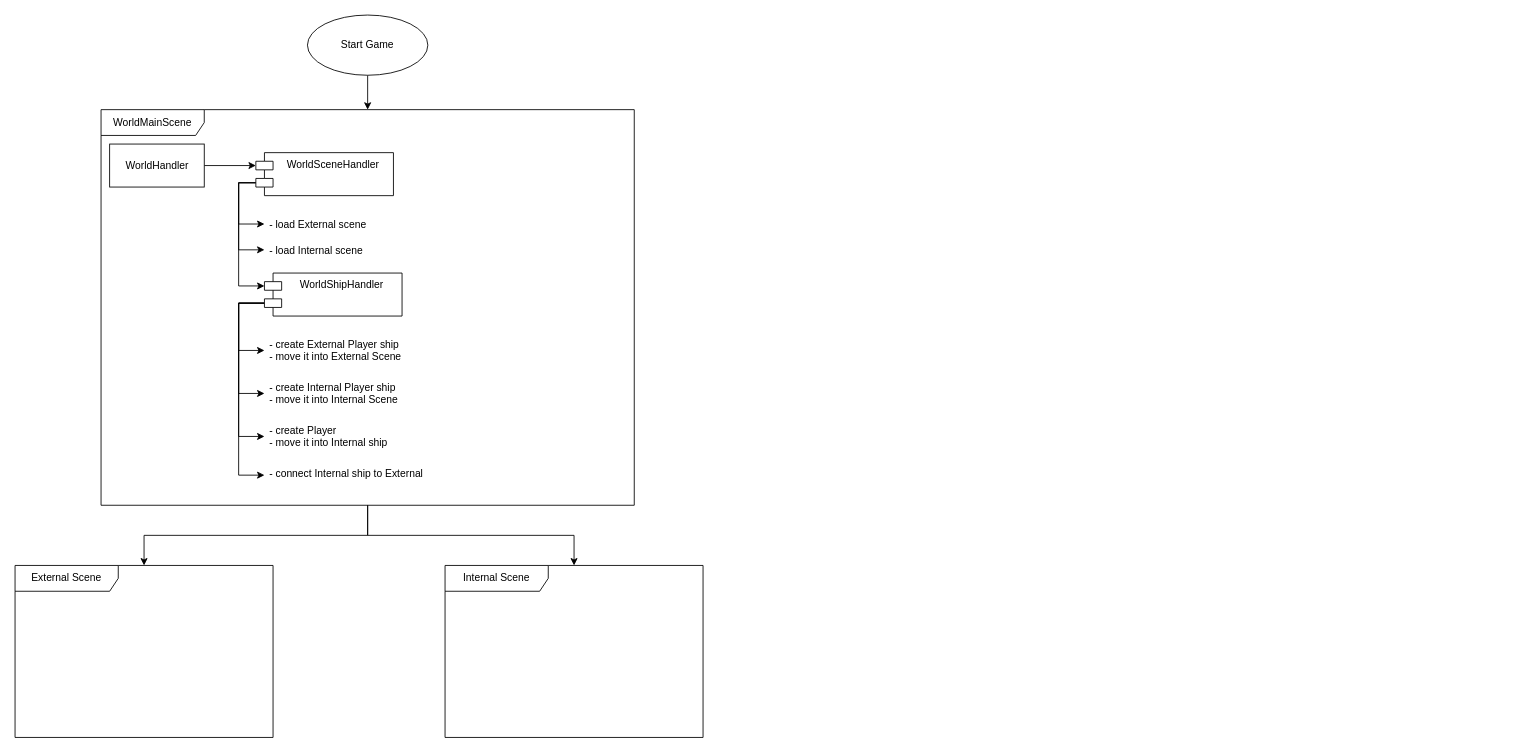
Earlier version of the draw.io diagram Diags/MainDiag.drawio (wHDorld/game_26_06_2022). Source tidied: cells renumbered, new cells numbered last; positions are measured from the earlier drawing's top-left corner, leaving out a move shared by most shapes. Both pictures are drawn from the tidied source at 86%, with x=0, y=0 at pixel (15, 15).
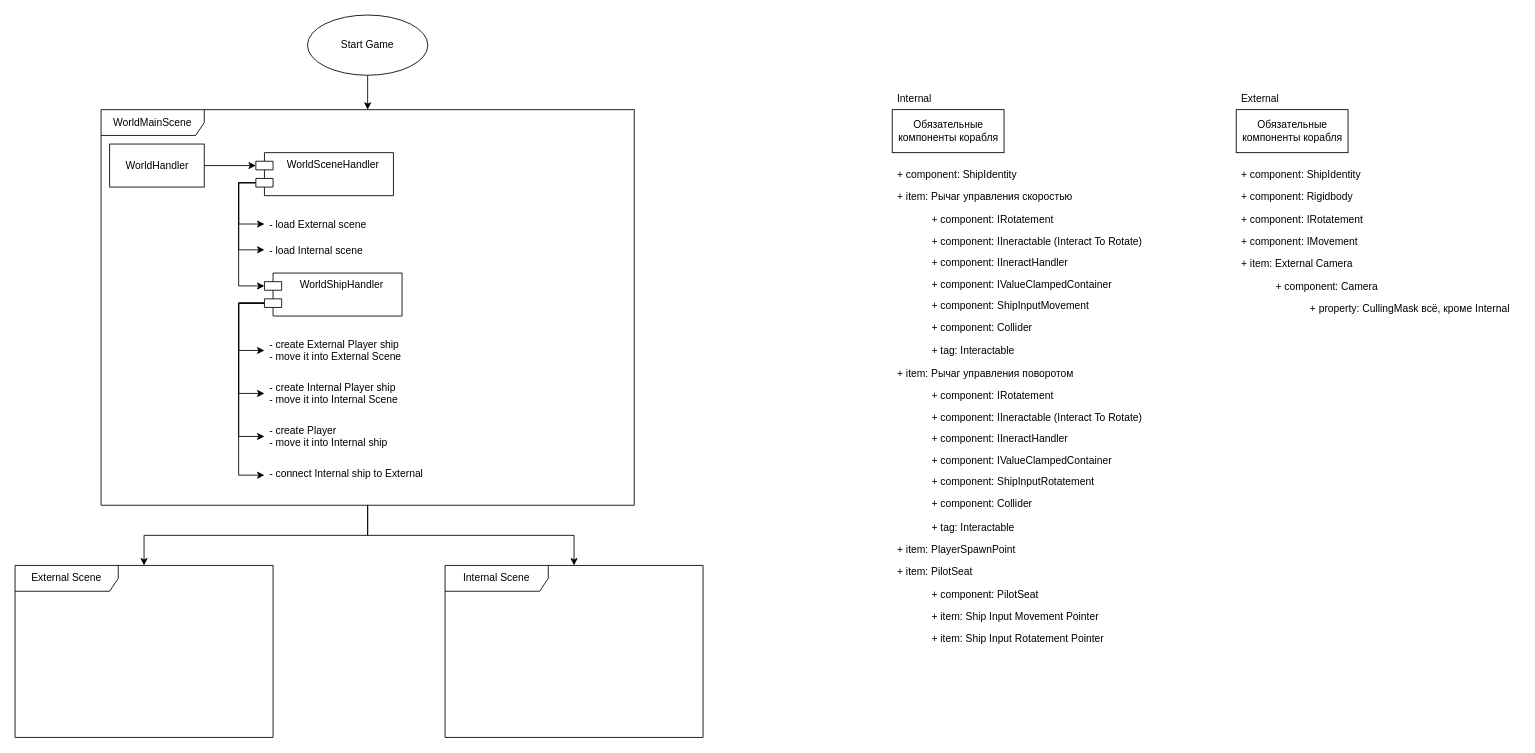
Above is the later version.

Change to the diagram source:
```diff
@@
+    <mxCell id="26" value="Обязательные&lt;br&gt;компоненты корабля" style="html=1;" parent="1" vertex="1">
+      <mxGeometry x="1020" y="110" width="130" height="50" as="geometry" />
+    </mxCell>
+    <mxCell id="27" value="+ component: ShipIdentity" style="text;strokeColor=none;fillColor=none;align=left;verticalAlign=top;spacingLeft=4;spacingRight=4;overflow=hidden;" parent="1" vertex="1">
+      <mxGeometry x="1020" y="172" width="180" height="26" as="geometry" />
+    </mxCell>
+    <mxCell id="28" value="+ item: Рычаг управления скоростью" style="text;strokeColor=none;fillColor=none;align=left;verticalAlign=top;spacingLeft=4;spacingRight=4;overflow=hidden;" parent="1" vertex="1">
+      <mxGeometry x="1020" y="198" width="220" height="26" as="geometry" />
+    </mxCell>
+    <mxCell id="29" value="+ component: IRotatement" style="text;strokeColor=none;fillColor=none;align=left;verticalAlign=top;spacingLeft=4;spacingRight=4;overflow=hidden;" parent="1" vertex="1">
+      <mxGeometry x="1060" y="224" width="250" height="26" as="geometry" />
+    </mxCell>
+    <mxCell id="30" value="+ component: IIneractable (Interact To Rotate)" style="text;strokeColor=none;fillColor=none;align=left;verticalAlign=top;spacingLeft=4;spacingRight=4;overflow=hidden;" parent="1" vertex="1">
+      <mxGeometry x="1060" y="250" width="260" height="26" as="geometry" />
+    </mxCell>
+    <mxCell id="31" value="+ component: IIneractHandler" style="text;strokeColor=none;fillColor=none;align=left;verticalAlign=top;spacingLeft=4;spacingRight=4;overflow=hidden;" parent="1" vertex="1">
+      <mxGeometry x="1060" y="274" width="220" height="26" as="geometry" />
+    </mxCell>
+    <mxCell id="32" value="+ component: IValueClampedContainer" style="text;strokeColor=none;fillColor=none;align=left;verticalAlign=top;spacingLeft=4;spacingRight=4;overflow=hidden;" parent="1" vertex="1">
+      <mxGeometry x="1060" y="300" width="250" height="26" as="geometry" />
+    </mxCell>
+    <mxCell id="33" value="+ component: ShipInputMovement" style="text;strokeColor=none;fillColor=none;align=left;verticalAlign=top;spacingLeft=4;spacingRight=4;overflow=hidden;" parent="1" vertex="1">
+      <mxGeometry x="1060" y="324" width="220" height="26" as="geometry" />
+    </mxCell>
+    <mxCell id="34" value="+ component: Collider" style="text;strokeColor=none;fillColor=none;align=left;verticalAlign=top;spacingLeft=4;spacingRight=4;overflow=hidden;" parent="1" vertex="1">
+      <mxGeometry x="1060" y="350" width="220" height="26" as="geometry" />
+    </mxCell>
+    <mxCell id="35" value="+ tag: Interactable" style="text;strokeColor=none;fillColor=none;align=left;verticalAlign=top;spacingLeft=4;spacingRight=4;overflow=hidden;" parent="1" vertex="1">
+      <mxGeometry x="1060" y="377" width="220" height="26" as="geometry" />
+    </mxCell>
+    <mxCell id="36" value="+ tag: Interactable" style="text;strokeColor=none;fillColor=none;align=left;verticalAlign=top;spacingLeft=4;spacingRight=4;overflow=hidden;" parent="1" vertex="1">
+      <mxGeometry x="1060" y="582" width="220" height="26" as="geometry" />
+    </mxCell>
+    <mxCell id="37" value="+ item: Рычаг управления поворотом" style="text;strokeColor=none;fillColor=none;align=left;verticalAlign=top;spacingLeft=4;spacingRight=4;overflow=hidden;" parent="1" vertex="1">
+      <mxGeometry x="1020" y="403" width="220" height="26" as="geometry" />
+    </mxCell>
+    <mxCell id="38" value="+ component: IRotatement" style="text;strokeColor=none;fillColor=none;align=left;verticalAlign=top;spacingLeft=4;spacingRight=4;overflow=hidden;" parent="1" vertex="1">
+      <mxGeometry x="1060" y="429" width="250" height="26" as="geometry" />
+    </mxCell>
+    <mxCell id="39" value="+ component: IIneractable (Interact To Rotate)" style="text;strokeColor=none;fillColor=none;align=left;verticalAlign=top;spacingLeft=4;spacingRight=4;overflow=hidden;" parent="1" vertex="1">
+      <mxGeometry x="1060" y="455" width="260" height="26" as="geometry" />
+    </mxCell>
+    <mxCell id="40" value="+ component: IIneractHandler" style="text;strokeColor=none;fillColor=none;align=left;verticalAlign=top;spacingLeft=4;spacingRight=4;overflow=hidden;" parent="1" vertex="1">
+      <mxGeometry x="1060" y="479" width="220" height="26" as="geometry" />
+    </mxCell>
+    <mxCell id="41" value="+ component: IValueClampedContainer" style="text;strokeColor=none;fillColor=none;align=left;verticalAlign=top;spacingLeft=4;spacingRight=4;overflow=hidden;" parent="1" vertex="1">
+      <mxGeometry x="1060" y="505" width="250" height="26" as="geometry" />
+    </mxCell>
+    <mxCell id="42" value="+ component: ShipInputRotatement" style="text;strokeColor=none;fillColor=none;align=left;verticalAlign=top;spacingLeft=4;spacingRight=4;overflow=hidden;" parent="1" vertex="1">
+      <mxGeometry x="1060" y="529" width="220" height="26" as="geometry" />
+    </mxCell>
+    <mxCell id="43" value="+ component: Collider" style="text;strokeColor=none;fillColor=none;align=left;verticalAlign=top;spacingLeft=4;spacingRight=4;overflow=hidden;" parent="1" vertex="1">
+      <mxGeometry x="1060" y="555" width="220" height="26" as="geometry" />
+    </mxCell>
+    <mxCell id="44" value="+ item: PlayerSpawnPoint" style="text;strokeColor=none;fillColor=none;align=left;verticalAlign=top;spacingLeft=4;spacingRight=4;overflow=hidden;" parent="1" vertex="1">
+      <mxGeometry x="1020" y="608" width="220" height="26" as="geometry" />
+    </mxCell>
+    <mxCell id="45" value="+ item: PilotSeat" style="text;strokeColor=none;fillColor=none;align=left;verticalAlign=top;spacingLeft=4;spacingRight=4;overflow=hidden;" parent="1" vertex="1">
+      <mxGeometry x="1020" y="634" width="220" height="26" as="geometry" />
+    </mxCell>
+    <mxCell id="46" value="+ component: PilotSeat" style="text;strokeColor=none;fillColor=none;align=left;verticalAlign=top;spacingLeft=4;spacingRight=4;overflow=hidden;" parent="1" vertex="1">
+      <mxGeometry x="1060" y="660" width="250" height="26" as="geometry" />
+    </mxCell>
+    <mxCell id="47" value="+ item: Ship Input Movement Pointer" style="text;strokeColor=none;fillColor=none;align=left;verticalAlign=top;spacingLeft=4;spacingRight=4;overflow=hidden;" parent="1" vertex="1">
+      <mxGeometry x="1060" y="686" width="220" height="26" as="geometry" />
+    </mxCell>
+    <mxCell id="48" value="+ item: Ship Input Rotatement Pointer" style="text;strokeColor=none;fillColor=none;align=left;verticalAlign=top;spacingLeft=4;spacingRight=4;overflow=hidden;" parent="1" vertex="1">
+      <mxGeometry x="1060" y="712" width="220" height="26" as="geometry" />
+    </mxCell>
+    <mxCell id="49" value="Internal" style="text;strokeColor=none;fillColor=none;align=left;verticalAlign=top;spacingLeft=4;spacingRight=4;overflow=hidden;" parent="1" vertex="1">
+      <mxGeometry x="1020" y="84" width="50" height="26" as="geometry" />
+    </mxCell>
+    <mxCell id="50" value="+ component: ShipIdentity" style="text;strokeColor=none;fillColor=none;align=left;verticalAlign=top;spacingLeft=4;spacingRight=4;overflow=hidden;" parent="1" vertex="1">
+      <mxGeometry x="1420" y="172" width="180" height="26" as="geometry" />
+    </mxCell>
+    <mxCell id="51" value="Обязательные&lt;br&gt;компоненты корабля" style="html=1;" parent="1" vertex="1">
+      <mxGeometry x="1420" y="110" width="130" height="50" as="geometry" />
+    </mxCell>
+    <mxCell id="52" value="External" style="text;strokeColor=none;fillColor=none;align=left;verticalAlign=top;spacingLeft=4;spacingRight=4;overflow=hidden;" parent="1" vertex="1">
+      <mxGeometry x="1420" y="84" width="60" height="26" as="geometry" />
+    </mxCell>
+    <mxCell id="53" value="+ component: Rigidbody" style="text;strokeColor=none;fillColor=none;align=left;verticalAlign=top;spacingLeft=4;spacingRight=4;overflow=hidden;" parent="1" vertex="1">
+      <mxGeometry x="1420" y="198" width="180" height="26" as="geometry" />
+    </mxCell>
+    <mxCell id="54" value="+ component: IRotatement" style="text;strokeColor=none;fillColor=none;align=left;verticalAlign=top;spacingLeft=4;spacingRight=4;overflow=hidden;" parent="1" vertex="1">
+      <mxGeometry x="1420" y="224" width="180" height="26" as="geometry" />
+    </mxCell>
+    <mxCell id="55" value="+ component: IMovement" style="text;strokeColor=none;fillColor=none;align=left;verticalAlign=top;spacingLeft=4;spacingRight=4;overflow=hidden;" parent="1" vertex="1">
+      <mxGeometry x="1420" y="250" width="180" height="26" as="geometry" />
+    </mxCell>
+    <mxCell id="56" value="+ item: External Camera" style="text;strokeColor=none;fillColor=none;align=left;verticalAlign=top;spacingLeft=4;spacingRight=4;overflow=hidden;" parent="1" vertex="1">
+      <mxGeometry x="1420" y="276" width="220" height="26" as="geometry" />
+    </mxCell>
+    <mxCell id="57" value="+ component: Camera" style="text;strokeColor=none;fillColor=none;align=left;verticalAlign=top;spacingLeft=4;spacingRight=4;overflow=hidden;" parent="1" vertex="1">
+      <mxGeometry x="1460" y="302" width="220" height="26" as="geometry" />
+    </mxCell>
+    <mxCell id="58" value="+ property: CullingMask всё, кроме Internal" style="text;strokeColor=none;fillColor=none;align=left;verticalAlign=top;spacingLeft=4;spacingRight=4;overflow=hidden;" parent="1" vertex="1">
+      <mxGeometry x="1500" y="328" width="250" height="26" as="geometry" />
+    </mxCell>
```
